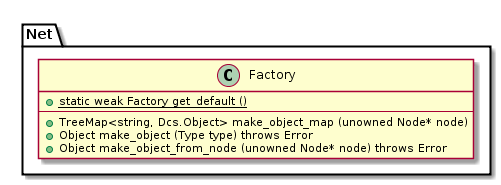
geoffjay/comp8506-docs keeps this PlantUML diagram as report/figures/design/class/net/factory.png. Above is the earlier version.
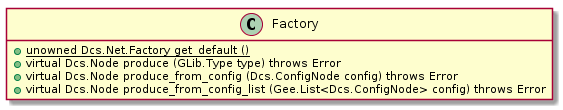
After the commit.

Diff of the diagram source:
```diff
@@ -1,9 +1,12 @@
 @startuml
-class Net.Factory {
-    +{static}static weak Factory get_default ()
-    ----
-    +TreeMap<string, Dcs.Object> make_object_map (unowned Node* node)
-    +Object make_object (Type type) throws Error
-    +Object make_object_from_node (unowned Node* node) throws Error
+
+hide class fields
+
+class Factory {
+    +{static} unowned Dcs.Net.Factory get_default ()
+    +virtual Dcs.Node produce (GLib.Type type) throws Error
+    +virtual Dcs.Node produce_from_config (Dcs.ConfigNode config) throws Error
+    +virtual Dcs.Node produce_from_config_list (Gee.List<Dcs.ConfigNode> config) throws Error
 }
+
 @enduml
```
